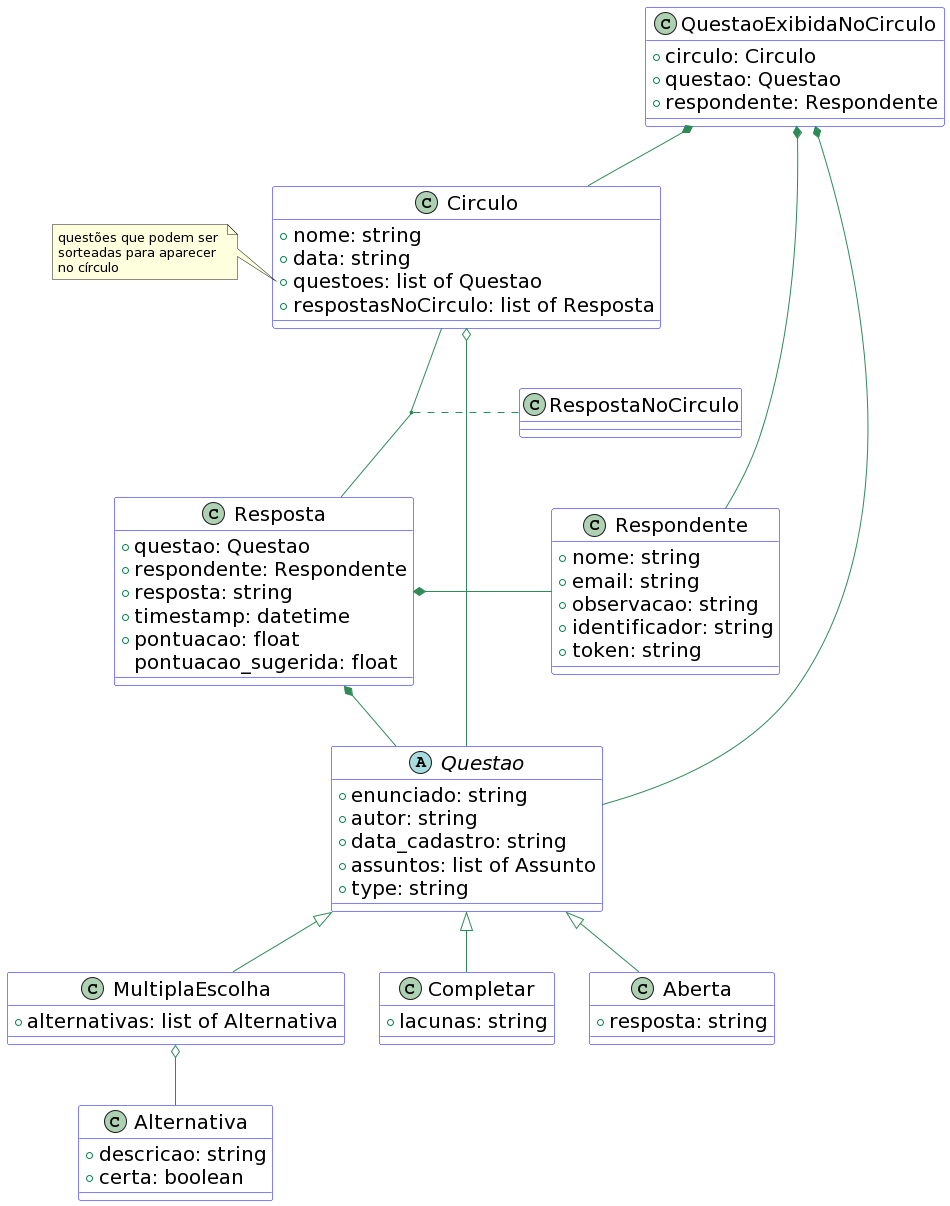
The PlantUML diagram other/doc/uml_v2.png in hvescovi/serena, before a commit. Source of this version:
```plantuml
@startuml
skinparam class {
BackgroundColor White
ArrowColor SeaGreen
BorderColor Blue
BackgroundColor<<Nao implementado>> Wheat
BorderColor<<Nao Implementado>> Tomato
BackgroundColor<<Implementado Mas Sem Uso>> LightGray
BorderColor<<Implementado Mas Sem Uso>> Blue
}
skinparam stereotypeCBackgroundColor YellowGreen
skinparam stereotypeCBackgroundColor<< Faltando >> DimGray

<style>
class {
  FontSize 20
}
</style>

abstract class Questao {
  +enunciado: string
  +autor: string
  +data_cadastro: string
  +assuntos: list of Assunto
  +type: string

}

class Alternativa {
  +descricao: string
  +certa: boolean
}

class MultiplaEscolha {
  +alternativas: list of Alternativa
}

class Completar {
  +lacunas: string
}

class Aberta {
  +resposta: string
}

class Respondente {
  +nome: string
  +email: string
  +observacao: string
  +identificador: string
  +token: string
}


class Resposta {
  +questao: Questao
  +respondente: Respondente
  +resposta: string
  +timestamp: datetime
  +pontuacao: float
  pontuacao_sugerida: float
}

class Circulo {
  +nome: string
  +data: string
  +questoes: list of Questao
  +respostasNoCirculo: list of Resposta
}
note left of Circulo::questoes
questões que podem ser
sorteadas para aparecer
no círculo
end note

class QuestaoExibidaNoCirculo {
  +circulo: Circulo
  +questao: Questao
  +respondente: Respondente
}



Questao <|-- MultiplaEscolha
Questao <|-- Completar
Questao <|-- Aberta
MultiplaEscolha o-- Alternativa

Resposta *- Respondente
Resposta *-- Questao
(Circulo,Resposta) .. RespostaNoCirculo

QuestaoExibidaNoCirculo *- Questao
QuestaoExibidaNoCirculo *-- Circulo
QuestaoExibidaNoCirculo *- Respondente
Circulo o- Questao

@enduml
```
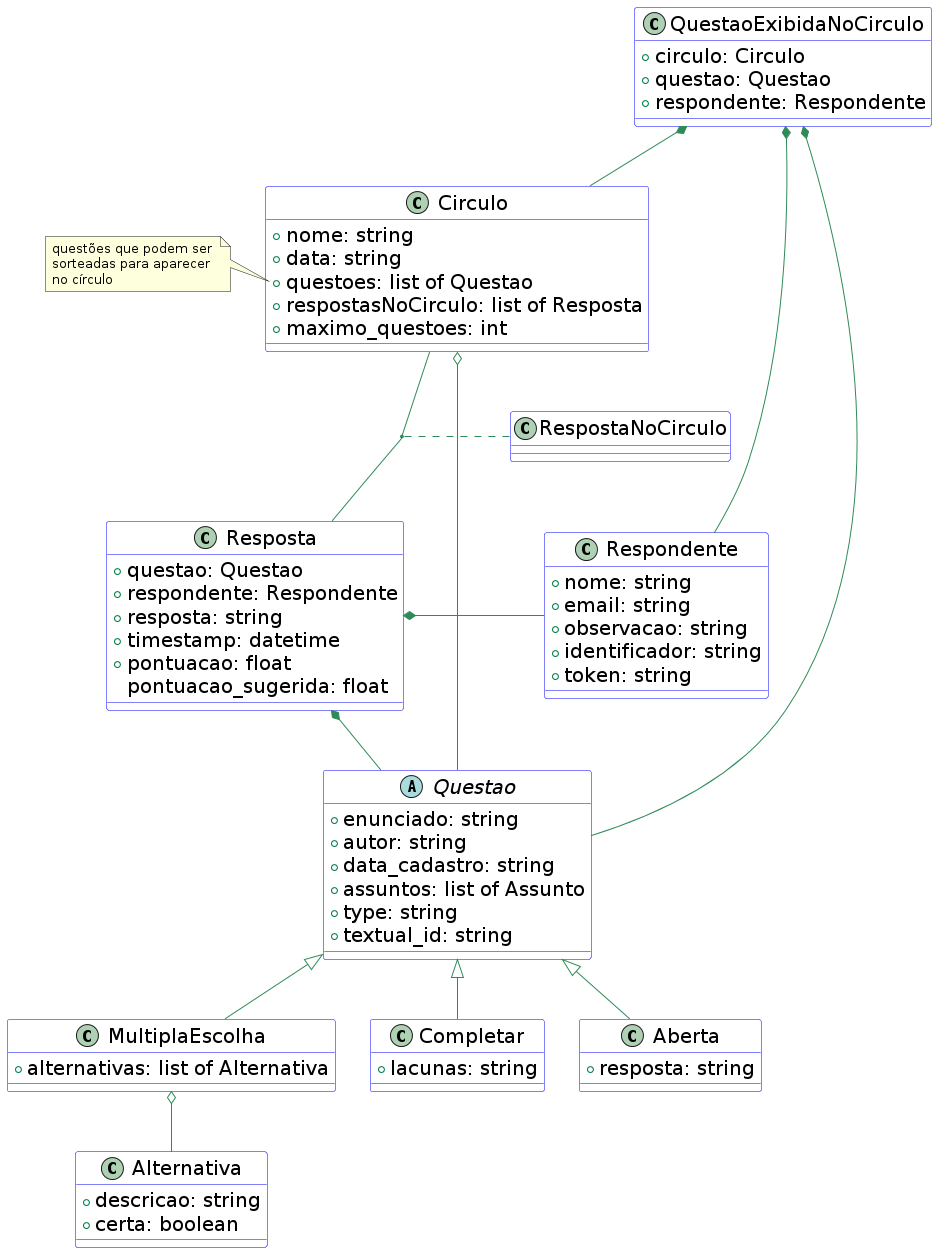
The same diagram one commit later.

Change to the diagram source:
```diff
@@ -23,6 +23,7 @@
   +data_cadastro: string
   +assuntos: list of Assunto
   +type: string
+  +textual_id: string
 
 }
 
@@ -66,6 +67,7 @@
   +data: string
   +questoes: list of Questao
   +respostasNoCirculo: list of Resposta
+  +maximo_questoes: int
 }
 note left of Circulo::questoes
 questões que podem ser
```
